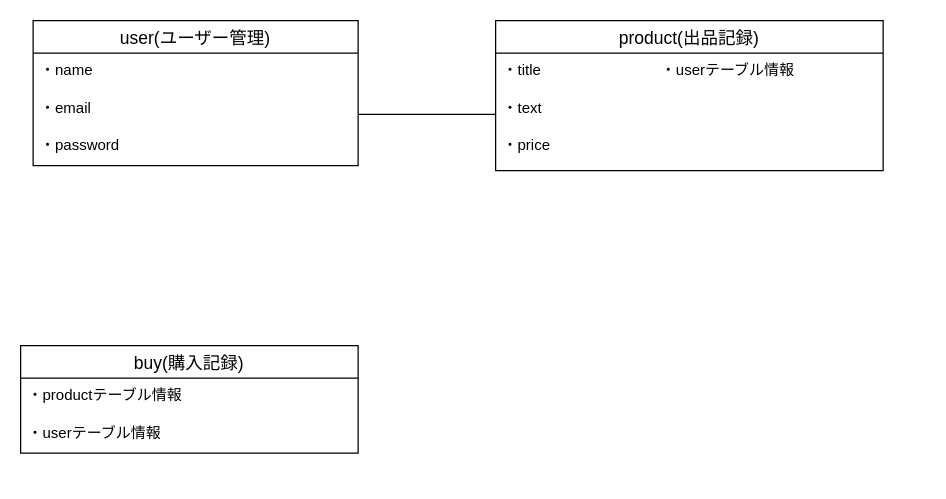
The draw.io diagram app/table.dio in y-waon/furima-34530, before the edit. Source tidied: cells renumbered, new cells numbered last; positions are measured from the earlier drawing's top-left corner, leaving out a move shared by most shapes. Both pictures are drawn from the tidied source at 125%, with x=0, y=0 at pixel (20, 20).
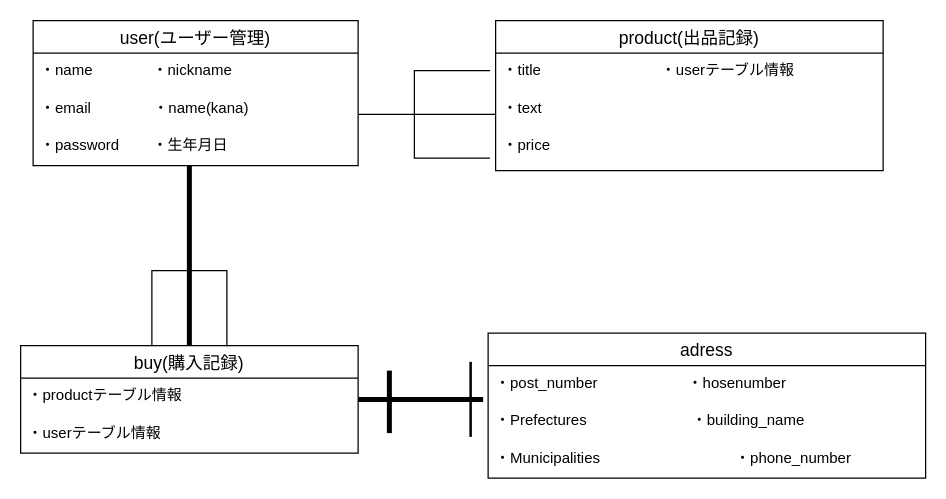
Above is the later version.

Commit message (it also covers changes not shown here):
データベース設計修正1

The change refers to these unchanged cells:
```xml
<mxCell id="9" value="user(ユーザー管理)" style="swimlane;fontStyle=0;horizontal=1;startSize=26;align=center;fontSize=14;" parent="1" vertex="1">
  <mxGeometry x="10" width="260" height="116" as="geometry" />
</mxCell>
```

The edit, as a diff of the source:
```diff
@@
-    <mxCell id="10" value="・name" style="text;strokeColor=none;fillColor=none;spacingLeft=4;spacingRight=4;overflow=hidden;fontSize=12;" parent="9" vertex="1">
+    <mxCell id="10" value="・name　　　　・nickname" style="text;strokeColor=none;fillColor=none;spacingLeft=4;spacingRight=4;overflow=hidden;fontSize=12;" parent="9" vertex="1">
       <mxGeometry y="26" width="260" height="30" as="geometry" />
     </mxCell>
-    <mxCell id="11" value="・email" style="text;strokeColor=none;fillColor=none;spacingLeft=4;spacingRight=4;overflow=hidden;fontSize=12;" parent="9" vertex="1">
+    <mxCell id="11" value="・email               ・name(kana)" style="text;strokeColor=none;fillColor=none;spacingLeft=4;spacingRight=4;overflow=hidden;fontSize=12;" parent="9" vertex="1">
       <mxGeometry y="56" width="260" height="30" as="geometry" />
     </mxCell>
-    <mxCell id="12" value="・password" style="text;strokeColor=none;fillColor=none;spacingLeft=4;spacingRight=4;overflow=hidden;fontSize=12;" parent="9" vertex="1">
+    <mxCell id="12" value="・password        ・生年月日" style="text;strokeColor=none;fillColor=none;spacingLeft=4;spacingRight=4;overflow=hidden;fontSize=12;" parent="9" vertex="1">
       <mxGeometry y="86" width="260" height="30" as="geometry" />
     </mxCell>
@@
+    <mxCell id="14" style="line;strokeWidth=4;direction=south;html=1;perimeter=backbonePerimeter;" parent="1" vertex="1">
+      <mxGeometry x="130" y="116" width="10" height="144" as="geometry" />
+    </mxCell>
+    <mxCell id="15" style="shape=partialRectangle;whiteSpace=wrap;html=1;bottom=1;right=1;left=1;top=0;fillColor=none;routingCenterX=-0.5;rotation=90;" parent="1" vertex="1">
+      <mxGeometry x="310" y="45" width="70" height="60" as="geometry" />
+    </mxCell>
+    <mxCell id="16" style="line;strokeWidth=4;html=1;perimeter=backbonePerimeter;" parent="1" vertex="1">
+      <mxGeometry x="270" y="298" width="100" height="10" as="geometry" />
+    </mxCell>
+    <mxCell id="17" style="shape=partialRectangle;whiteSpace=wrap;html=1;bottom=1;right=1;left=1;top=0;fillColor=none;routingCenterX=-0.5;rotation=-180;" parent="1" vertex="1">
+      <mxGeometry x="105" y="200" width="60" height="60" as="geometry" />
+    </mxCell>
+    <mxCell id="18" style="line;strokeWidth=4;direction=south;html=1;perimeter=backbonePerimeter;" parent="1" vertex="1">
+      <mxGeometry x="290" y="280" width="10" height="50" as="geometry" />
+    </mxCell>
+    <mxCell id="19" value="adress" style="swimlane;fontStyle=0;horizontal=1;startSize=26;align=center;fontSize=14;" parent="1" vertex="1">
+      <mxGeometry x="374" y="250" width="350" height="116" as="geometry" />
+    </mxCell>
+    <mxCell id="20" value="・post_number　　　　　　・hosenumber" style="text;strokeColor=none;fillColor=none;spacingLeft=4;spacingRight=4;overflow=hidden;fontSize=12;" parent="19" vertex="1">
+      <mxGeometry y="26" width="350" height="30" as="geometry" />
+    </mxCell>
+    <mxCell id="21" value="・Prefectures　　　　　　　・building_name" style="text;strokeColor=none;fillColor=none;spacingLeft=4;spacingRight=4;overflow=hidden;fontSize=12;" parent="19" vertex="1">
+      <mxGeometry y="56" width="350" height="30" as="geometry" />
+    </mxCell>
+    <mxCell id="22" value="・Municipalities　　　　　　　　　・phone_number" style="text;strokeColor=none;fillColor=none;spacingLeft=4;spacingRight=4;overflow=hidden;fontSize=12;" parent="19" vertex="1">
+      <mxGeometry y="86" width="350" height="30" as="geometry" />
+    </mxCell>
+    <mxCell id="23" style="line;strokeWidth=2;html=1;rotation=90;" parent="1" vertex="1">
+      <mxGeometry x="330" y="298" width="60" height="10" as="geometry" />
+    </mxCell>
```
